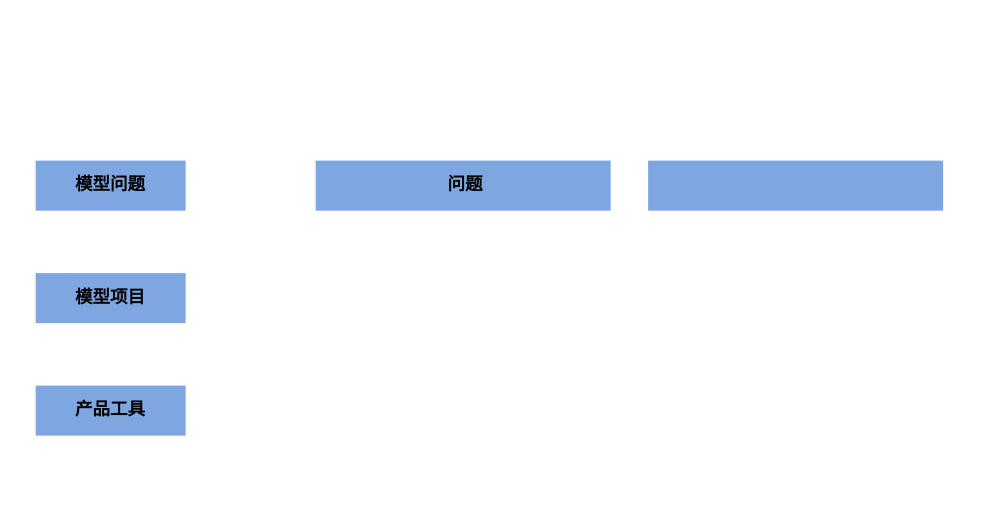
This is yx流量模型治理.drawio from mineminemine123/work-wiki, a draw.io file, before an edit. Source tidied: cells renumbered, new cells numbered last; positions are measured from the earlier drawing's top-left corner, leaving out a move shared by most shapes. Both pictures are drawn from the tidied source at 125%, with x=0, y=0 at pixel (35, 160).
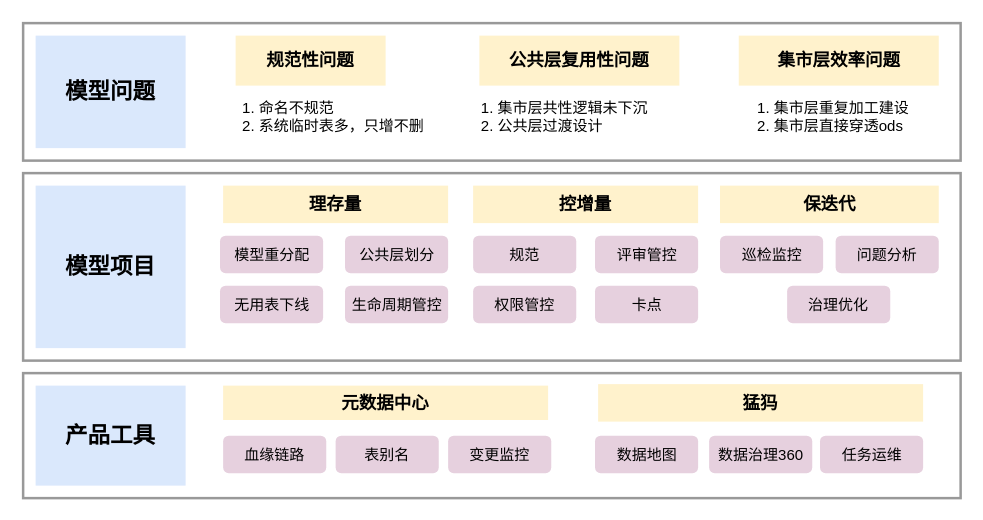
The same page after the edit.

Commit message:
更新yx流量模型治理.drawio

The edit, as a diff of the source:
```diff
@@
-    <mxCell id="2" value="&lt;pre&gt;&lt;br&gt;&lt;/pre&gt;" style="rounded=0;whiteSpace=wrap;html=1;labelBackgroundColor=#ffffff;hachureGap=4;strokeColor=none;strokeWidth=1;fontFamily=Architects Daughter;fontSize=11;fillColor=#7EA6E0;" parent="1" vertex="1">
-      <mxGeometry width="120" height="40" as="geometry" />
-    </mxCell>
+    <mxCell id="11" style="rounded=0;whiteSpace=wrap;html=1;fontSize=14;fillColor=default;strokeWidth=2;strokeColor=#999999;" parent="1" vertex="1">
+      <mxGeometry x="-10" y="170" width="750" height="100" as="geometry" />
+    </mxCell>
+    <mxCell id="12" style="rounded=0;whiteSpace=wrap;html=1;fontSize=14;fillColor=default;strokeWidth=2;strokeColor=#999999;" parent="1" vertex="1">
+      <mxGeometry x="-10" y="10" width="750" height="150" as="geometry" />
+    </mxCell>
+    <mxCell id="13" style="rounded=0;whiteSpace=wrap;html=1;fontSize=14;fillColor=default;strokeColor=#999999;strokeWidth=2;" parent="1" vertex="1">
+      <mxGeometry x="-10" y="-110" width="750" height="110" as="geometry" />
+    </mxCell>
-    <mxCell id="3" value="&lt;font color=&quot;#000000&quot;&gt;&lt;span style=&quot;font-size: 14px;&quot;&gt;&lt;b&gt;模型问题&lt;/b&gt;&lt;/span&gt;&lt;/font&gt;" style="text;html=1;strokeColor=none;fillColor=none;align=center;verticalAlign=middle;whiteSpace=wrap;rounded=0;fontSize=11;fontFamily=Architects Daughter;fontColor=#FFFFFF;" parent="1" vertex="1">
-      <mxGeometry x="30" y="5" width="60" height="30" as="geometry" />
+    <mxCell id="3" value="&lt;b&gt;&lt;font style=&quot;font-size: 18px;&quot;&gt;模型问题&lt;/font&gt;&lt;/b&gt;" style="rounded=0;whiteSpace=wrap;html=1;fillColor=#dae8fc;strokeColor=none;" parent="1" vertex="1">
+      <mxGeometry y="-100" width="120" height="90" as="geometry" />
     </mxCell>
-    <mxCell id="4" value="&lt;pre&gt;&lt;br&gt;&lt;/pre&gt;" style="rounded=0;whiteSpace=wrap;html=1;labelBackgroundColor=#ffffff;hachureGap=4;strokeColor=none;strokeWidth=1;fontFamily=Architects Daughter;fontSize=11;fillColor=#7EA6E0;" parent="1" vertex="1">
-      <mxGeometry x="224" width="236" height="40" as="geometry" />
-    </mxCell>
-    <mxCell id="5" value="&lt;b&gt;&lt;font style=&quot;font-size: 14px;&quot; color=&quot;#000000&quot;&gt;问题&lt;/font&gt;&lt;/b&gt;" style="text;html=1;strokeColor=none;fillColor=none;align=center;verticalAlign=middle;whiteSpace=wrap;rounded=0;fontSize=11;fontFamily=Architects Daughter;fontColor=#FFFFFF;" parent="1" vertex="1">
-      <mxGeometry x="314" y="5" width="60" height="30" as="geometry" />
-    </mxCell>
-    <mxCell id="6" value="&lt;pre&gt;&lt;br&gt;&lt;/pre&gt;" style="rounded=0;whiteSpace=wrap;html=1;labelBackgroundColor=#ffffff;hachureGap=4;strokeColor=none;strokeWidth=1;fontFamily=Architects Daughter;fontSize=11;fillColor=#7EA6E0;" parent="1" vertex="1">
-      <mxGeometry x="490" width="236" height="40" as="geometry" />
-    </mxCell>
-    <mxCell id="7" value="&lt;pre&gt;&lt;br&gt;&lt;/pre&gt;" style="rounded=0;whiteSpace=wrap;html=1;labelBackgroundColor=#ffffff;hachureGap=4;strokeColor=none;strokeWidth=1;fontFamily=Architects Daughter;fontSize=11;fillColor=#7EA6E0;" parent="1" vertex="1">
-      <mxGeometry y="90" width="120" height="40" as="geometry" />
-    </mxCell>
-    <mxCell id="8" value="&lt;font color=&quot;#000000&quot;&gt;&lt;span style=&quot;font-size: 14px;&quot;&gt;&lt;b&gt;模型项目&lt;/b&gt;&lt;/span&gt;&lt;/font&gt;" style="text;html=1;strokeColor=none;fillColor=none;align=center;verticalAlign=middle;whiteSpace=wrap;rounded=0;fontSize=11;fontFamily=Architects Daughter;fontColor=#FFFFFF;" parent="1" vertex="1">
-      <mxGeometry x="30" y="95" width="60" height="30" as="geometry" />
+    <mxCell id="8" value="&lt;b&gt;&lt;font style=&quot;font-size: 18px;&quot;&gt;模型项目&lt;/font&gt;&lt;/b&gt;" style="rounded=0;whiteSpace=wrap;html=1;fillColor=#dae8fc;strokeColor=none;" parent="1" vertex="1">
+      <mxGeometry y="20" width="120" height="130" as="geometry" />
     </mxCell>
-    <mxCell id="9" value="&lt;pre&gt;&lt;br&gt;&lt;/pre&gt;" style="rounded=0;whiteSpace=wrap;html=1;labelBackgroundColor=#ffffff;hachureGap=4;strokeColor=none;strokeWidth=1;fontFamily=Architects Daughter;fontSize=11;fillColor=#7EA6E0;" parent="1" vertex="1">
-      <mxGeometry y="180" width="120" height="40" as="geometry" />
-    </mxCell>
-    <mxCell id="10" value="&lt;font color=&quot;#000000&quot;&gt;&lt;span style=&quot;font-size: 14px;&quot;&gt;&lt;b&gt;产品工具&lt;/b&gt;&lt;/span&gt;&lt;/font&gt;" style="text;html=1;strokeColor=none;fillColor=none;align=center;verticalAlign=middle;whiteSpace=wrap;rounded=0;fontSize=11;fontFamily=Architects Daughter;fontColor=#FFFFFF;" parent="1" vertex="1">
-      <mxGeometry x="30" y="185" width="60" height="30" as="geometry" />
+    <mxCell id="10" value="&lt;span style=&quot;font-size: 18px;&quot;&gt;&lt;b&gt;产品工具&lt;/b&gt;&lt;/span&gt;" style="rounded=0;whiteSpace=wrap;html=1;fillColor=#dae8fc;strokeColor=none;" parent="1" vertex="1">
+      <mxGeometry y="180" width="120" height="80" as="geometry" />
     </mxCell>
+    <mxCell id="14" value="&lt;b style=&quot;&quot;&gt;&lt;font style=&quot;font-size: 14px;&quot;&gt;规范性问题&lt;/font&gt;&lt;/b&gt;" style="rounded=0;whiteSpace=wrap;html=1;fillColor=#fff2cc;strokeColor=none;" parent="1" vertex="1">
+      <mxGeometry x="160" y="-100" width="120" height="40" as="geometry" />
+    </mxCell>
+    <mxCell id="15" value="&lt;b style=&quot;&quot;&gt;&lt;font style=&quot;font-size: 14px;&quot;&gt;公共层复用性问题&lt;/font&gt;&lt;/b&gt;" style="rounded=0;whiteSpace=wrap;html=1;fillColor=#fff2cc;strokeColor=none;" parent="1" vertex="1">
+      <mxGeometry x="355" y="-100" width="160" height="40" as="geometry" />
+    </mxCell>
+    <mxCell id="16" value="&lt;b style=&quot;&quot;&gt;&lt;font style=&quot;font-size: 14px;&quot;&gt;集市层效率问题&lt;/font&gt;&lt;/b&gt;" style="rounded=0;whiteSpace=wrap;html=1;fillColor=#fff2cc;strokeColor=none;" parent="1" vertex="1">
+      <mxGeometry x="562.5" y="-100" width="160" height="40" as="geometry" />
+    </mxCell>
+    <mxCell id="17" value="&lt;div style=&quot;font-size: 12px;&quot;&gt;&lt;div class=&quot;old-record-id-doxcnHVmCM9QDL73qTxH1DIglHe&quot; style=&quot;text-align: left;&quot;&gt;&lt;ol&gt;&lt;li&gt;命名不规范&amp;nbsp;&lt;/li&gt;&lt;li&gt;系统临时表多，只增不删 &lt;/li&gt;&lt;/ol&gt;&lt;/div&gt;&lt;/div&gt;" style="text;html=1;strokeColor=none;fillColor=none;align=center;verticalAlign=middle;whiteSpace=wrap;rounded=0;fontSize=16;" parent="1" vertex="1">
+      <mxGeometry x="120" y="-60" width="210" height="50" as="geometry" />
+    </mxCell>
+    <mxCell id="18" value="&lt;div style=&quot;font-size: 12px;&quot;&gt;&lt;div class=&quot;old-record-id-doxcnHVmCM9QDL73qTxH1DIglHe&quot; style=&quot;text-align: left;&quot;&gt;&lt;ol&gt;&lt;li&gt;&lt;div&gt;&lt;div class=&quot;old-record-id-doxcnEivKlTUM0fDhylv8IOwnDc&quot; style=&quot;&quot;&gt; 集市层共性逻辑未下沉&lt;/div&gt;&lt;/div&gt;&lt;/li&gt;&lt;li&gt;&lt;div class=&quot;old-record-id-doxcnEivKlTUM0fDhylv8IOwnDc&quot; style=&quot;&quot;&gt;公共层过渡设计&lt;/div&gt;&lt;/li&gt;&lt;/ol&gt;&lt;/div&gt;&lt;/div&gt;" style="text;html=1;strokeColor=none;fillColor=none;align=center;verticalAlign=middle;whiteSpace=wrap;rounded=0;fontSize=16;" parent="1" vertex="1">
+      <mxGeometry x="305" y="-60" width="210" height="50" as="geometry" />
+    </mxCell>
+    <mxCell id="19" value="&lt;div style=&quot;font-size: 12px;&quot;&gt;&lt;div class=&quot;old-record-id-doxcnHVmCM9QDL73qTxH1DIglHe&quot; style=&quot;text-align: left;&quot;&gt;&lt;ol&gt;&lt;li&gt;&lt;div&gt;&lt;div class=&quot;old-record-id-doxcnEivKlTUM0fDhylv8IOwnDc&quot; style=&quot;&quot;&gt;&lt;div&gt;&lt;div class=&quot;old-record-id-CeusdgKimoESmyxk93UcPse1nFb&quot; style=&quot;&quot;&gt;集市层重复加工建设&lt;/div&gt;&lt;/div&gt;&lt;/div&gt;&lt;/div&gt;&lt;/li&gt;&lt;li&gt;&lt;div class=&quot;old-record-id-CeusdgKimoESmyxk93UcPse1nFb&quot; style=&quot;&quot;&gt;集市层直接穿透ods&lt;/div&gt;&lt;/li&gt;&lt;/ol&gt;&lt;/div&gt;&lt;/div&gt;" style="text;html=1;strokeColor=none;fillColor=none;align=center;verticalAlign=middle;whiteSpace=wrap;rounded=0;fontSize=16;" parent="1" vertex="1">
+      <mxGeometry x="520" y="-60" width="210" height="50" as="geometry" />
+    </mxCell>
+    <mxCell id="20" value="&lt;span style=&quot;font-size: 14px;&quot;&gt;&lt;b&gt;理存量&lt;/b&gt;&lt;/span&gt;" style="rounded=0;whiteSpace=wrap;html=1;fillColor=#fff2cc;strokeColor=none;" parent="1" vertex="1">
+      <mxGeometry x="150" y="20" width="180" height="30" as="geometry" />
+    </mxCell>
+    <mxCell id="21" value="&lt;span style=&quot;font-size: 14px;&quot;&gt;&lt;b&gt;控增量&lt;/b&gt;&lt;/span&gt;" style="rounded=0;whiteSpace=wrap;html=1;fillColor=#fff2cc;strokeColor=none;" parent="1" vertex="1">
+      <mxGeometry x="350" y="20" width="180" height="30" as="geometry" />
+    </mxCell>
+    <mxCell id="22" value="&lt;span style=&quot;font-size: 14px;&quot;&gt;&lt;b&gt;保迭代&lt;/b&gt;&lt;/span&gt;" style="rounded=0;whiteSpace=wrap;html=1;fillColor=#fff2cc;strokeColor=none;" parent="1" vertex="1">
+      <mxGeometry x="547.5" y="20" width="175" height="30" as="geometry" />
+    </mxCell>
+    <mxCell id="23" value="&lt;font style=&quot;font-size: 12px;&quot;&gt;模型重分配&lt;/font&gt;" style="rounded=1;whiteSpace=wrap;html=1;dashed=1;strokeColor=none;strokeWidth=2;fontSize=14;fillColor=#E6D0DE;" parent="1" vertex="1">
+      <mxGeometry x="147.5" y="60" width="82.5" height="30" as="geometry" />
+    </mxCell>
+    <mxCell id="24" value="&lt;font style=&quot;font-size: 12px;&quot;&gt;公共层划分&lt;/font&gt;" style="rounded=1;whiteSpace=wrap;html=1;dashed=1;strokeColor=none;strokeWidth=2;fontSize=14;fillColor=#E6D0DE;" parent="1" vertex="1">
+      <mxGeometry x="247.5" y="60" width="82.5" height="30" as="geometry" />
+    </mxCell>
+    <mxCell id="25" value="&lt;font style=&quot;font-size: 12px;&quot;&gt;无用表下线&lt;/font&gt;" style="rounded=1;whiteSpace=wrap;html=1;dashed=1;strokeColor=none;strokeWidth=2;fontSize=14;fillColor=#E6D0DE;" parent="1" vertex="1">
+      <mxGeometry x="147.5" y="100" width="82.5" height="30" as="geometry" />
+    </mxCell>
+    <mxCell id="26" value="&lt;font style=&quot;font-size: 12px;&quot;&gt;生命周期管控&lt;/font&gt;" style="rounded=1;whiteSpace=wrap;html=1;dashed=1;strokeColor=none;strokeWidth=2;fontSize=14;fillColor=#E6D0DE;" parent="1" vertex="1">
+      <mxGeometry x="247.5" y="100" width="82.5" height="30" as="geometry" />
+    </mxCell>
+    <mxCell id="27" value="&lt;span style=&quot;font-size: 12px;&quot;&gt;规范&lt;/span&gt;" style="rounded=1;whiteSpace=wrap;html=1;dashed=1;strokeColor=none;strokeWidth=2;fontSize=14;fillColor=#E6D0DE;" parent="1" vertex="1">
+      <mxGeometry x="350" y="60" width="82.5" height="30" as="geometry" />
+    </mxCell>
+    <mxCell id="28" value="&lt;span style=&quot;font-size: 12px;&quot;&gt;评审管控&lt;/span&gt;" style="rounded=1;whiteSpace=wrap;html=1;dashed=1;strokeColor=none;strokeWidth=2;fontSize=14;fillColor=#E6D0DE;" parent="1" vertex="1">
+      <mxGeometry x="447.5" y="60" width="82.5" height="30" as="geometry" />
+    </mxCell>
+    <mxCell id="29" value="&lt;span style=&quot;font-size: 12px;&quot;&gt;巡检监控&lt;/span&gt;" style="rounded=1;whiteSpace=wrap;html=1;dashed=1;strokeColor=none;strokeWidth=2;fontSize=14;fillColor=#E6D0DE;" parent="1" vertex="1">
+      <mxGeometry x="547.5" y="60" width="82.5" height="30" as="geometry" />
+    </mxCell>
+    <mxCell id="30" value="&lt;span style=&quot;font-size: 12px;&quot;&gt;问题分析&lt;/span&gt;" style="rounded=1;whiteSpace=wrap;html=1;dashed=1;strokeColor=none;strokeWidth=2;fontSize=14;fillColor=#E6D0DE;" parent="1" vertex="1">
+      <mxGeometry x="640" y="60" width="82.5" height="30" as="geometry" />
+    </mxCell>
+    <mxCell id="31" value="&lt;span style=&quot;font-size: 12px;&quot;&gt;治理优化&lt;/span&gt;" style="rounded=1;whiteSpace=wrap;html=1;dashed=1;strokeColor=none;strokeWidth=2;fontSize=14;fillColor=#E6D0DE;" parent="1" vertex="1">
+      <mxGeometry x="601.2" y="100" width="82.5" height="30" as="geometry" />
+    </mxCell>
+    <mxCell id="32" value="&lt;span style=&quot;font-size: 12px;&quot;&gt;权限管控&lt;/span&gt;" style="rounded=1;whiteSpace=wrap;html=1;dashed=1;strokeColor=none;strokeWidth=2;fontSize=14;fillColor=#E6D0DE;" parent="1" vertex="1">
+      <mxGeometry x="350" y="100" width="82.5" height="30" as="geometry" />
+    </mxCell>
+    <mxCell id="33" value="&lt;span style=&quot;font-size: 12px;&quot;&gt;卡点&lt;/span&gt;" style="rounded=1;whiteSpace=wrap;html=1;dashed=1;strokeColor=none;strokeWidth=2;fontSize=14;fillColor=#E6D0DE;" parent="1" vertex="1">
+      <mxGeometry x="447.5" y="100" width="82.5" height="30" as="geometry" />
+    </mxCell>
+    <mxCell id="34" value="&lt;span style=&quot;font-size: 14px;&quot;&gt;&lt;b&gt;猛犸&lt;/b&gt;&lt;/span&gt;" style="rounded=0;whiteSpace=wrap;html=1;fillColor=#fff2cc;strokeColor=none;" parent="1" vertex="1">
+      <mxGeometry x="450" y="178.8" width="260" height="30" as="geometry" />
+    </mxCell>
+    <mxCell id="35" value="&lt;span style=&quot;font-size: 14px;&quot;&gt;&lt;b&gt;元数据中心&lt;/b&gt;&lt;/span&gt;" style="rounded=0;whiteSpace=wrap;html=1;fillColor=#fff2cc;strokeColor=none;" parent="1" vertex="1">
+      <mxGeometry x="150" y="180" width="260" height="27.5" as="geometry" />
+    </mxCell>
+    <mxCell id="36" value="&lt;span style=&quot;font-size: 12px;&quot;&gt;血缘链路&lt;/span&gt;" style="rounded=1;whiteSpace=wrap;html=1;dashed=1;strokeColor=none;strokeWidth=2;fontSize=14;fillColor=#E6D0DE;" parent="1" vertex="1">
+      <mxGeometry x="150" y="220" width="82.5" height="30" as="geometry" />
+    </mxCell>
+    <mxCell id="37" value="&lt;span style=&quot;font-size: 12px;&quot;&gt;表别名&lt;/span&gt;" style="rounded=1;whiteSpace=wrap;html=1;dashed=1;strokeColor=none;strokeWidth=2;fontSize=14;fillColor=#E6D0DE;" parent="1" vertex="1">
+      <mxGeometry x="240" y="220" width="82.5" height="30" as="geometry" />
+    </mxCell>
+    <mxCell id="38" value="&lt;span style=&quot;font-size: 12px;&quot;&gt;变更监控&lt;/span&gt;" style="rounded=1;whiteSpace=wrap;html=1;dashed=1;strokeColor=none;strokeWidth=2;fontSize=14;fillColor=#E6D0DE;" parent="1" vertex="1">
+      <mxGeometry x="330" y="220" width="82.5" height="30" as="geometry" />
+    </mxCell>
+    <mxCell id="39" value="&lt;span style=&quot;font-size: 12px;&quot;&gt;数据地图&lt;/span&gt;" style="rounded=1;whiteSpace=wrap;html=1;dashed=1;strokeColor=none;strokeWidth=2;fontSize=14;fillColor=#E6D0DE;" parent="1" vertex="1">
+      <mxGeometry x="447.5" y="220" width="82.5" height="30" as="geometry" />
+    </mxCell>
+    <mxCell id="40" value="&lt;span style=&quot;font-size: 12px;&quot;&gt;数据治理360&lt;/span&gt;" style="rounded=1;whiteSpace=wrap;html=1;dashed=1;strokeColor=none;strokeWidth=2;fontSize=14;fillColor=#E6D0DE;" parent="1" vertex="1">
+      <mxGeometry x="538.8" y="220" width="82.5" height="30" as="geometry" />
+    </mxCell>
+    <mxCell id="41" value="&lt;span style=&quot;font-size: 12px;&quot;&gt;任务运维&lt;/span&gt;" style="rounded=1;whiteSpace=wrap;html=1;dashed=1;strokeColor=none;strokeWidth=2;fontSize=14;fillColor=#E6D0DE;" parent="1" vertex="1">
+      <mxGeometry x="627.5" y="220" width="82.5" height="30" as="geometry" />
+    </mxCell>
```
